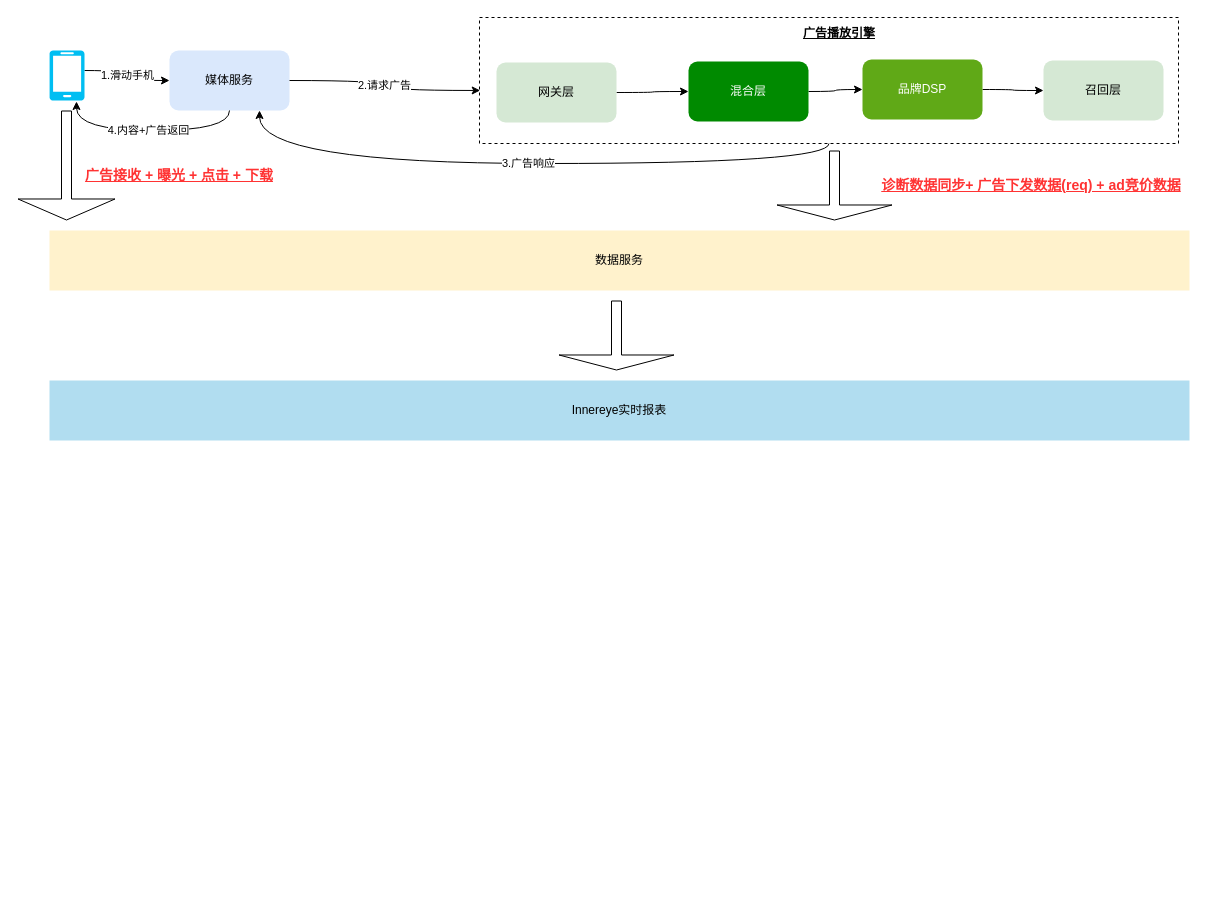
Before: page "第 36 页" (3 of 36) of universal-engine/brand_dsp_architecture.drawio in karlchan-cn/drawio-repository, a draw.io diagram. Source tidied: cells renumbered, new cells numbered last; positions are measured from the earlier drawing's top-left corner, leaving out a move shared by most shapes. Both pictures are drawn from the tidied source at 100%, with x=0, y=0 at pixel (49, 17).
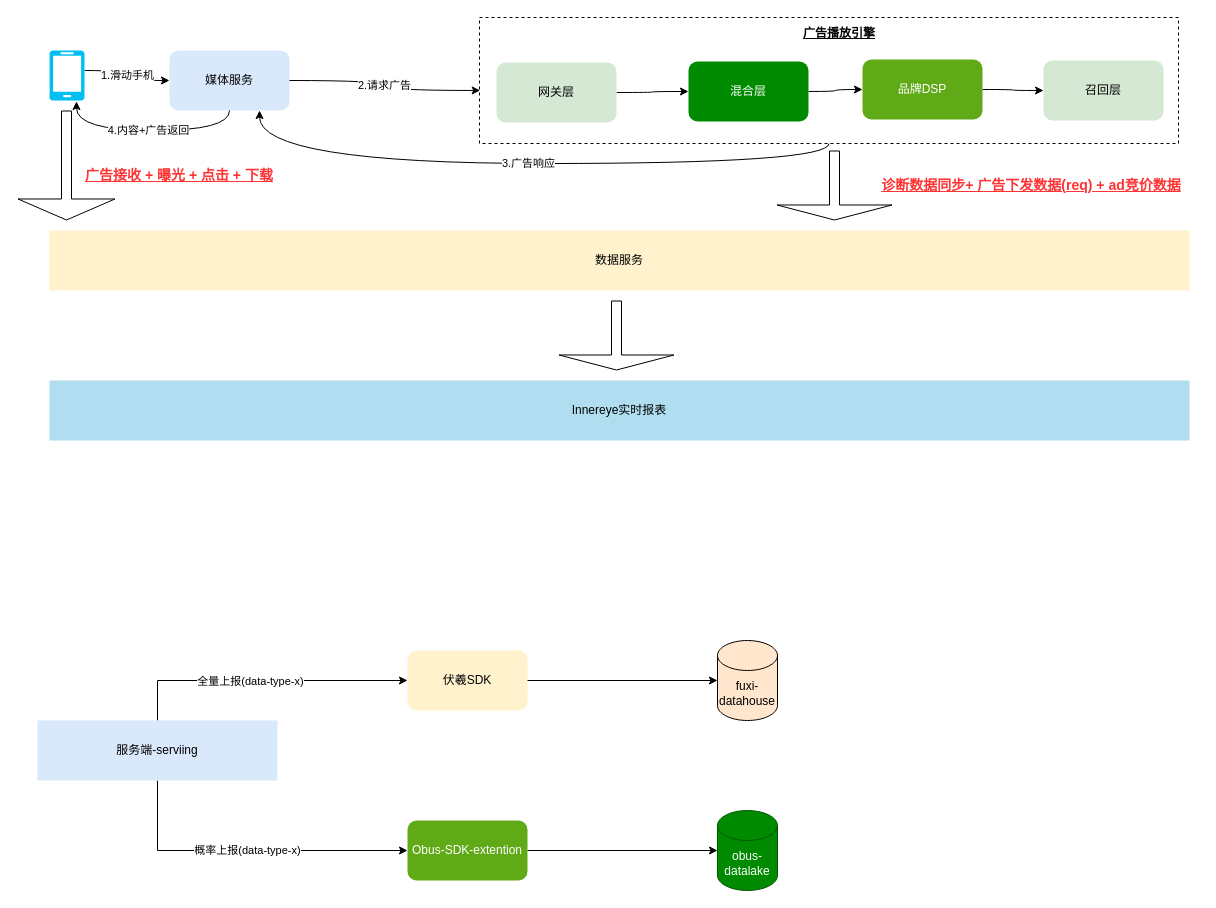
The same diagram, later.

Change to the diagram source:
```diff
@@
+    <mxCell id="24" style="edgeStyle=orthogonalEdgeStyle;rounded=0;jettySize=auto;html=1;entryX=0;entryY=0.5;entryDx=0;entryDy=0;exitX=0.5;exitY=0;exitDx=0;exitDy=0;" parent="1" edge="1" source="27" target="28">
+      <mxGeometry relative="1" as="geometry">
+        <Array as="points">
+          <mxPoint x="108" y="663" />
+        </Array>
+      </mxGeometry>
+    </mxCell>
+    <mxCell id="25" value="全量上报(data-type-x)" style="edgeLabel;html=1;align=center;verticalAlign=middle;" parent="24" vertex="1">
+      <mxGeometry x="-0.56" y="-1" relative="1" as="geometry">
+        <mxPoint x="68" y="-1" as="offset" />
+      </mxGeometry>
+    </mxCell>
+    <mxCell id="26" value="概率上报(data-type-x)" style="edgeStyle=orthogonalEdgeStyle;rounded=0;jettySize=auto;html=1;entryX=0;entryY=0.5;entryDx=0;entryDy=0;exitX=0.5;exitY=1;exitDx=0;exitDy=0;" parent="1" edge="1" source="27" target="30">
+      <mxGeometry relative="1" as="geometry">
+        <Array as="points">
+          <mxPoint x="108" y="833" />
+        </Array>
+      </mxGeometry>
+    </mxCell>
+    <mxCell id="27" value="服务端-serviing" style="rounded=0;whiteSpace=wrap;html=1;strokeColor=none;fillColor=#dae8fc;" parent="1" vertex="1">
+      <mxGeometry x="-12" y="703" width="240" height="60" as="geometry" />
+    </mxCell>
+    <mxCell id="28" value="伏羲SDK" style="rounded=1;whiteSpace=wrap;html=1;fillColor=#fff2cc;strokeColor=none;" parent="1" vertex="1">
+      <mxGeometry x="358" y="633" width="120" height="60" as="geometry" />
+    </mxCell>
+    <mxCell id="29" style="edgeStyle=orthogonalEdgeStyle;rounded=0;jettySize=auto;html=1;" parent="1" edge="1" source="30" target="33">
+      <mxGeometry relative="1" as="geometry" />
+    </mxCell>
+    <mxCell id="30" value="Obus-SDK-extention" style="rounded=1;whiteSpace=wrap;html=1;fillColor=#60a917;strokeColor=none;fontColor=#ffffff;" parent="1" vertex="1">
+      <mxGeometry x="358" y="803" width="120" height="60" as="geometry" />
+    </mxCell>
+    <mxCell id="31" value="fuxi-datahouse" style="shape=cylinder3;whiteSpace=wrap;html=1;boundedLbl=1;backgroundOutline=1;size=15;fillColor=#ffe6cc;strokeColor=default;" parent="1" vertex="1">
+      <mxGeometry x="668" y="623" width="60" height="80" as="geometry" />
+    </mxCell>
+    <mxCell id="32" style="edgeStyle=orthogonalEdgeStyle;rounded=0;jettySize=auto;html=1;entryX=0;entryY=0.5;entryDx=0;entryDy=0;entryPerimeter=0;" parent="1" edge="1" source="28" target="31">
+      <mxGeometry relative="1" as="geometry" />
+    </mxCell>
+    <mxCell id="33" value="obus-datalake" style="shape=cylinder3;whiteSpace=wrap;html=1;boundedLbl=1;backgroundOutline=1;size=15;fillColor=#008a00;fontColor=#ffffff;strokeColor=#005700;" parent="1" vertex="1">
+      <mxGeometry x="668" y="793" width="60" height="80" as="geometry" />
+    </mxCell>
```
